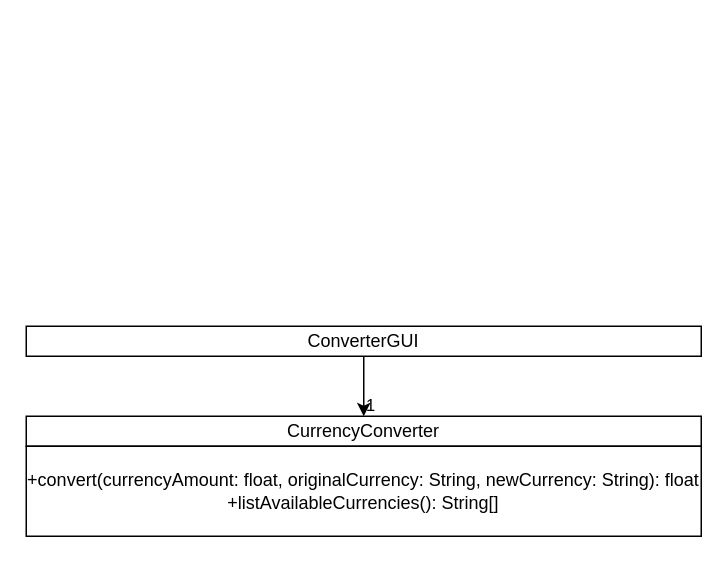
Before: UML diagram.drawio in Innopolis-University-Classroom/lab06-liveworldlike, a draw.io diagram. Source tidied: cells renumbered, new cells numbered last; positions are measured from the earlier drawing's top-left corner, leaving out a move shared by most shapes. Both pictures are drawn from the tidied source at 150%, with x=0, y=0 at pixel (26, 326).
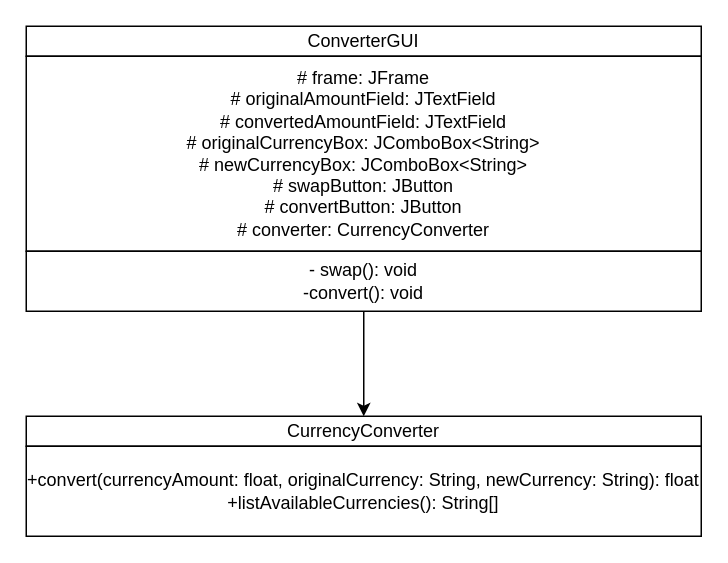
After the change.

Commit message:
Updated UML diagram

Change to the diagram source:
```diff
@@
 <mxGraphModel>
   <root>
     <mxCell id="0" />
     <mxCell id="1" parent="0" />
     <mxCell id="2" value="CurrencyConverter" style="rounded=0;whiteSpace=wrap;html=1;" parent="1" vertex="1">
       <mxGeometry y="60" width="450" height="20" as="geometry" />
     </mxCell>
     <mxCell id="3" value="&lt;div&gt;+convert(currencyAmount: float, originalCurrency: String, newCurrency: String): float&lt;br&gt;&lt;/div&gt;&lt;div&gt;+listAvailableCurrencies(): String[]&lt;br&gt;&lt;/div&gt;" style="rounded=0;whiteSpace=wrap;html=1;" parent="1" vertex="1">
       <mxGeometry y="80" width="450" height="60" as="geometry" />
     </mxCell>
-    <mxCell id="4" value="&lt;div&gt;1&lt;/div&gt;" style="edgeStyle=orthogonalEdgeStyle;rounded=0;jettySize=auto;html=1;exitX=0.5;exitY=1;exitDx=0;exitDy=0;entryX=0.5;entryY=0;entryDx=0;entryDy=0;verticalAlign=top;align=left;labelPosition=right;verticalLabelPosition=bottom;labelBackgroundColor=none;" parent="1" edge="1" source="5" target="2">
-      <mxGeometry relative="1" as="geometry" />
-    </mxCell>
     <mxCell id="5" value="ConverterGUI" style="rounded=0;whiteSpace=wrap;html=1;" parent="1" vertex="1">
-      <mxGeometry width="450" height="20" as="geometry" />
+      <mxGeometry y="-200" width="450" height="20" as="geometry" />
     </mxCell>
+    <mxCell id="6" value="# frame: JFrame&lt;br&gt;# originalAmountField: JTextField&lt;br&gt;# convertedAmountField: JTextField&lt;br&gt;# originalCurrencyBox: JComboBox&amp;lt;String&amp;gt;&lt;br&gt;# newCurrencyBox: JComboBox&amp;lt;String&amp;gt;&lt;br&gt;# swapButton: JButton&lt;br&gt;# convertButton: JButton&lt;br&gt;# converter: CurrencyConverter" style="rounded=0;whiteSpace=wrap;html=1;" parent="1" vertex="1">
+      <mxGeometry y="-180" width="450" height="130" as="geometry" />
+    </mxCell>
+    <mxCell id="7" style="edgeStyle=orthogonalEdgeStyle;rounded=0;jettySize=auto;html=1;" parent="1" edge="1" source="8" target="2">
+      <mxGeometry relative="1" as="geometry" />
+    </mxCell>
+    <mxCell id="8" value="&lt;div&gt;- swap(): void&lt;/div&gt;&lt;div&gt;-convert(): void&lt;br&gt;&lt;/div&gt;" style="rounded=0;whiteSpace=wrap;html=1;" parent="1" vertex="1">
+      <mxGeometry y="-50" width="450" height="40" as="geometry" />
+    </mxCell>
   </root>
 </mxGraphModel>
```
